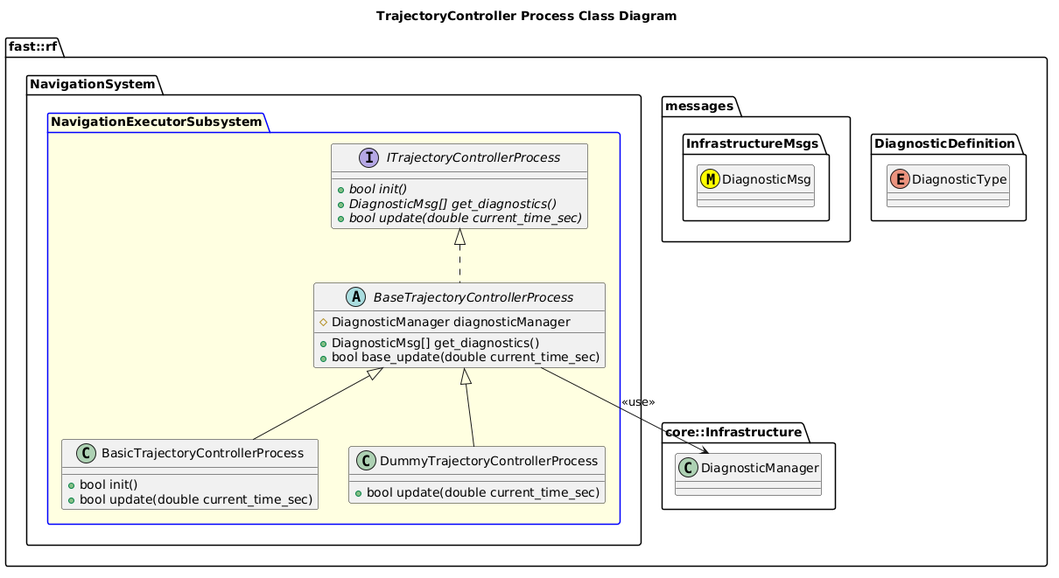
This is Systems/Navigation/Subsystems/NavigationExecutor/Processes/TrajectoryController/doc/puml/TrajectoryControllerProcessClassDiagram.png from fastrobotics/robot_framework, a PlantUML export, as it was before one commit.
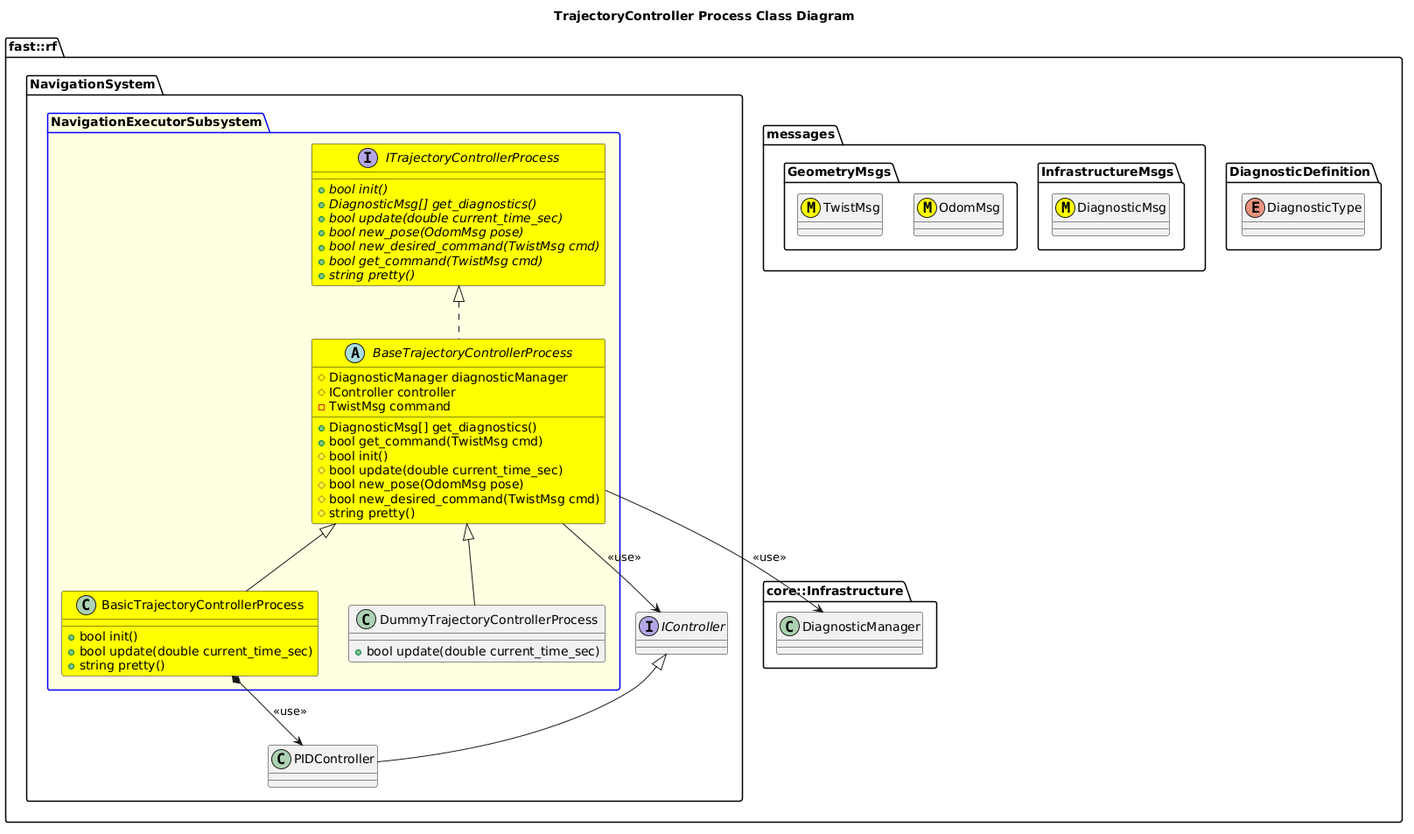
The same diagram one commit later.

What changed in the source:
```diff
@@ -9,30 +9,51 @@
     namespace InfrastructureMsgs {
       class DiagnosticMsg <<(M,#FFFF00)>>
     }
+    namespace GeometryMsgs {
+      class OdomMsg <<(M,#FFFF00)>>
+      class TwistMsg <<(M,#FFFF00)>>
+    }
   }
   namespace core::Infrastructure {
     class DiagnosticManager
   }
   namespace NavigationSystem {
+    interface IController
+    class PIDController
+    PIDController -up-|> IController
     package NavigationExecutorSubsystem #LightYellow;line:blue {
-        interface ITrajectoryControllerProcess  {
+        interface ITrajectoryControllerProcess #Yellow  {
           +{abstract} bool init()
           +{abstract} DiagnosticMsg[] get_diagnostics()
           +{abstract} bool update(double current_time_sec)
+          +{abstract} bool new_pose(OdomMsg pose)
+          +{abstract} bool new_desired_command(TwistMsg cmd)
+          +{abstract} bool get_command(TwistMsg cmd)
+          +{abstract} string pretty()
         }
-        abstract BaseTrajectoryControllerProcess {
+        abstract BaseTrajectoryControllerProcess #Yellow {
           +DiagnosticMsg[] get_diagnostics()
-          +bool base_update(double current_time_sec)
+          +bool get_command(TwistMsg cmd)
+          #bool init()
+          #bool update(double current_time_sec)
+          #bool new_pose(OdomMsg pose)
+          #bool new_desired_command(TwistMsg cmd)
+          #string pretty()
           #DiagnosticManager diagnosticManager
+          #IController controller
+          -TwistMsg command
 
         }
+        BaseTrajectoryControllerProcess --> IController: <<use>>
         BaseTrajectoryControllerProcess --> DiagnosticManager: <<use>>
         BaseTrajectoryControllerProcess .up.|> ITrajectoryControllerProcess
-        class BasicTrajectoryControllerProcess {
+        class BasicTrajectoryControllerProcess #Yellow {
           +bool init()
           +bool update(double current_time_sec)
+          +string pretty()
         }
         BasicTrajectoryControllerProcess -up-|> BaseTrajectoryControllerProcess
+        BasicTrajectoryControllerProcess *-> PIDController: <<use>>
         class DummyTrajectoryControllerProcess {
           +bool update(double current_time_sec)
         }
```
